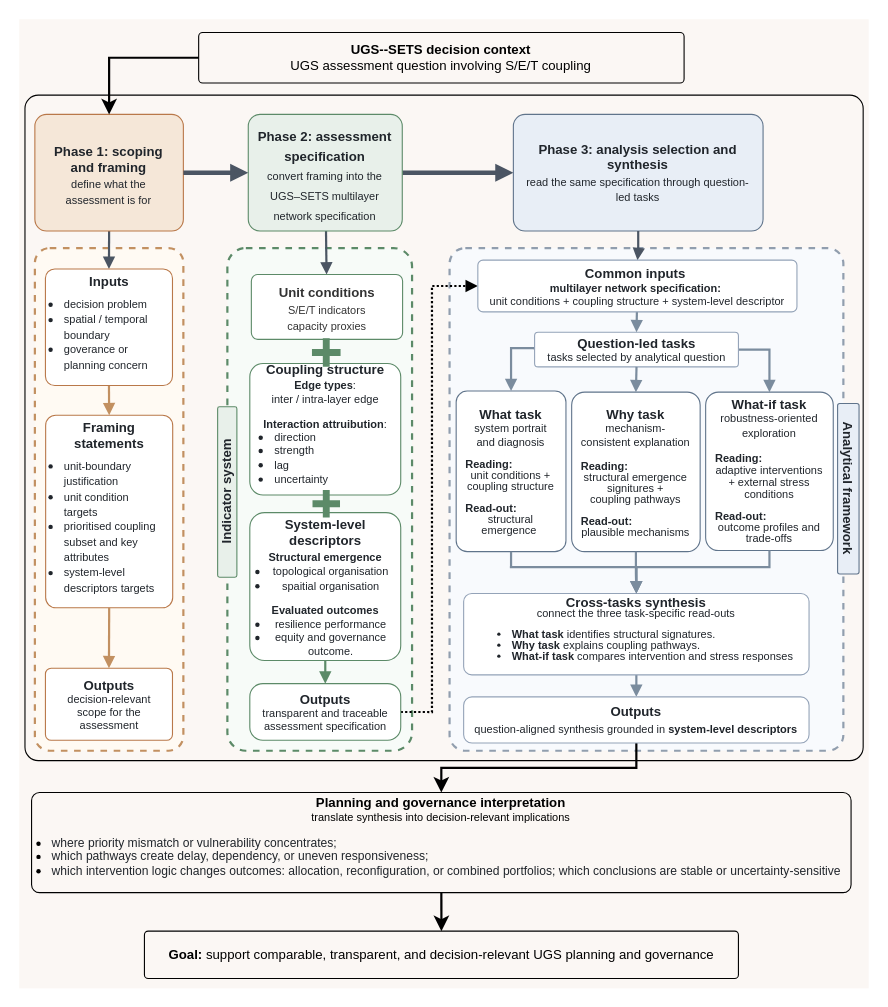
This is section5-workflow.drawio from ZixuanLi317/iodraw-files, a draw.io file, before an edit. Source tidied: cells renumbered, new cells numbered last; positions are measured from the earlier drawing's top-left corner, leaving out a move shared by most shapes. Both pictures are drawn from the tidied source at 110%, with x=0, y=0 at pixel (19, 19).
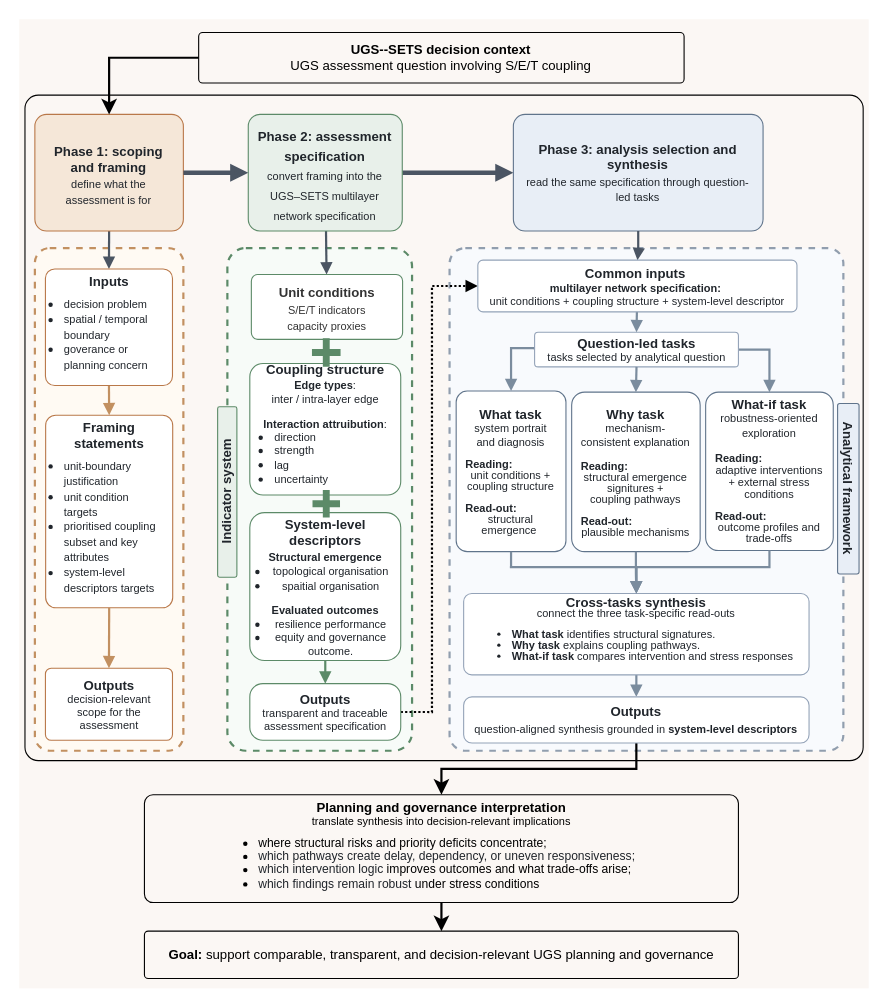
After the change.

What changed in the source:
```diff
@@
-    <mxCell id="49" value="&lt;div style=&quot;line-height: 103%;&quot;&gt;&lt;b&gt;Planning and governance interpretation&lt;/b&gt;&lt;br&gt;&lt;font style=&quot;line-height: 103%;&quot;&gt;&lt;span style=&quot;font-size: 10px;&quot;&gt;translate synthesis into decision-relevant implications&lt;/span&gt;&lt;br&gt;&lt;div style=&quot;text-align: left;&quot;&gt;&lt;ul style=&quot;padding-left: 10px; margin-top: 10px;&quot;&gt;&lt;li style=&quot;&quot;&gt;&lt;span style=&quot;background-color: transparent; color: light-dark(rgb(32, 37, 43), rgb(201, 206, 211));&quot;&gt;&lt;font style=&quot;font-size: 11px;&quot;&gt;where priority mismatch or vulnerability concentrates;&lt;/font&gt;&lt;/span&gt;&lt;/li&gt;&lt;li style=&quot;&quot;&gt;&lt;span style=&quot;background-color: transparent; color: light-dark(rgb(32, 37, 43), rgb(201, 206, 211));&quot;&gt;&lt;font style=&quot;font-size: 11px;&quot;&gt;which pathways create delay, dependency, or uneven responsiveness;&lt;/font&gt;&lt;/span&gt;&lt;/li&gt;&lt;li style=&quot;&quot;&gt;&lt;span style=&quot;background-color: transparent; color: light-dark(rgb(32, 37, 43), rgb(201, 206, 211));&quot;&gt;&lt;font style=&quot;font-size: 11px;&quot;&gt;which intervention logic changes outcomes: allocation, reconfiguration, or combined portfolios; which conclusions are stable or uncertainty-sensitive&lt;/font&gt;&lt;/span&gt;&lt;/li&gt;&lt;/ul&gt;&lt;/div&gt;&lt;/font&gt;&lt;/div&gt;" style="whiteSpace=wrap;html=1;strokeWidth=1;fontSize=12;fontStyle=0;fontFamily=Helvetica;align=center;verticalAlign=middle;spacing=8;rounded=1;arcSize=8;fillColor=none;" parent="1" vertex="1">
-      <mxGeometry x="11.2" y="703" width="745" height="91" as="geometry" />
+    <mxCell id="49" value="&lt;div style=&quot;line-height: 103%;&quot;&gt;&lt;b&gt;Planning and governance interpretation&lt;/b&gt;&lt;br&gt;&lt;font style=&quot;line-height: 103%;&quot;&gt;&lt;span style=&quot;font-size: 10px;&quot;&gt;translate synthesis into decision-relevant implications&lt;/span&gt;&lt;br&gt;&lt;div style=&quot;text-align: left;&quot;&gt;&lt;ul style=&quot;padding-left: 10px; margin-top: 6px; margin-bottom: 6px;&quot;&gt;&lt;li style=&quot;&quot;&gt;&lt;font style=&quot;font-size: 11px; background-color: transparent;&quot;&gt;where structural risks&amp;nbsp;&lt;/font&gt;&lt;span style=&quot;font-size: 11px; background-color: transparent; color: light-dark(rgb(0, 0, 0), rgb(255, 255, 255));&quot;&gt;and priority deficits concentrate;&lt;/span&gt;&lt;/li&gt;&lt;li style=&quot;&quot;&gt;&lt;span style=&quot;background-color: transparent; color: light-dark(rgb(32, 37, 43), rgb(201, 206, 211));&quot;&gt;&lt;font style=&quot;font-size: 11px;&quot;&gt;which pathways create delay, dependency, or uneven responsiveness;&lt;/font&gt;&lt;/span&gt;&lt;/li&gt;&lt;li style=&quot;&quot;&gt;&lt;span style=&quot;background-color: transparent; color: light-dark(rgb(32, 37, 43), rgb(201, 206, 211));&quot;&gt;&lt;font style=&quot;font-size: 11px;&quot;&gt;which intervention logic&amp;nbsp;&lt;/font&gt;&lt;/span&gt;&lt;font style=&quot;font-size: 11px;&quot;&gt;improves outcomes and what trade-offs arise;&lt;/font&gt;&lt;/li&gt;&lt;li&gt;&lt;font style=&quot;font-size: 11px;&quot;&gt;&lt;font color=&quot;#20252b&quot;&gt;which findings remain robust&amp;nbsp;&lt;/font&gt;under stress conditions&lt;/font&gt;&lt;/li&gt;&lt;/ul&gt;&lt;/div&gt;&lt;/font&gt;&lt;/div&gt;" style="whiteSpace=wrap;html=1;strokeWidth=1;fontSize=12;fontStyle=0;fontFamily=Helvetica;align=center;verticalAlign=middle;spacing=8;rounded=1;arcSize=8;fillColor=none;" parent="1" vertex="1">
+      <mxGeometry x="113.8" y="705" width="540" height="98" as="geometry" />
     </mxCell>
```
